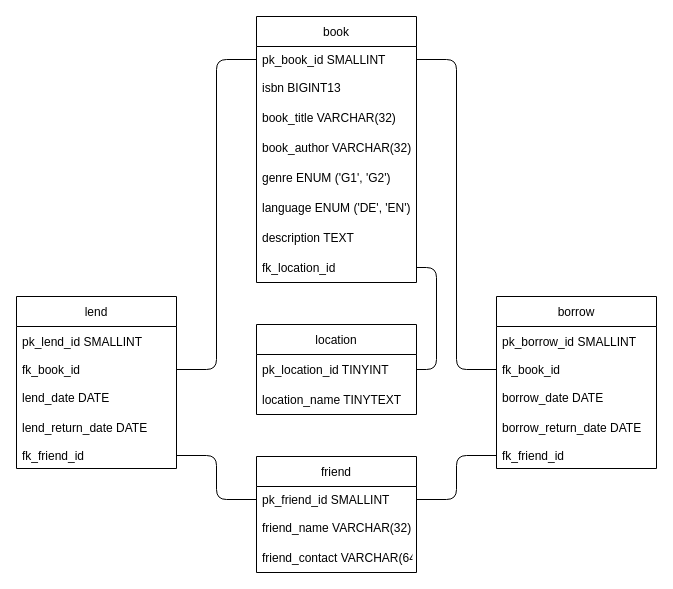
The draw.io diagram page "Seite-4" (4 of 5) of library.drawio in MarkoSchoretits/01-DBDev, before the edit. Source tidied: cells renumbered, new cells numbered last; positions are measured from the earlier drawing's top-left corner, leaving out a move shared by most shapes. Both pictures are drawn from the tidied source at 100%, with x=0, y=0 at pixel (16, 16).
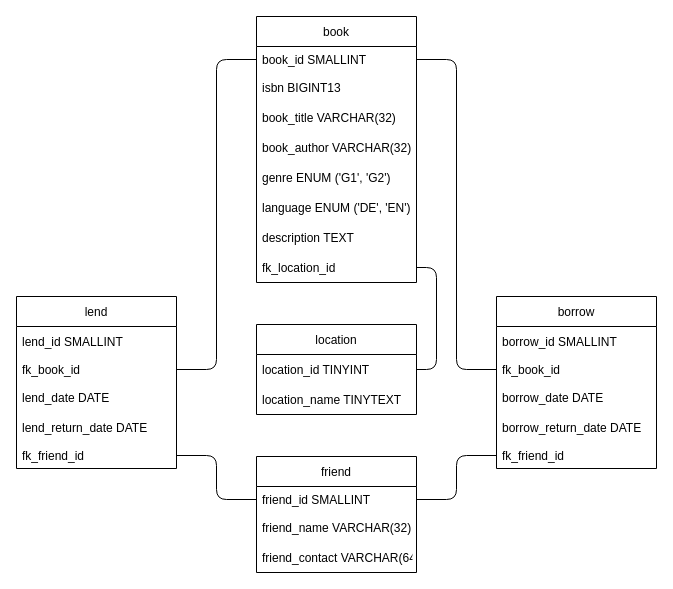
The same page after the edit.

Unchanged cells that the change refers to:
```xml
<mxCell id="2" value="book" style="swimlane;fontStyle=0;horizontal=1;startSize=30;" parent="1" vertex="1">
  <mxGeometry x="240" width="160" height="266" as="geometry" />
</mxCell>
<mxCell id="11" value="friend" style="swimlane;fontStyle=0;horizontal=1;startSize=30;" parent="1" vertex="1">
  <mxGeometry x="240" y="440" width="160" height="116" as="geometry" />
</mxCell>
<mxCell id="15" value="lend" style="swimlane;fontStyle=0;horizontal=1;startSize=30;" parent="1" vertex="1">
  <mxGeometry y="280" width="160" height="172" as="geometry" />
</mxCell>
<mxCell id="21" value="borrow" style="swimlane;fontStyle=0;horizontal=1;startSize=30;" parent="1" vertex="1">
  <mxGeometry x="480" y="280" width="160" height="172" as="geometry" />
</mxCell>
<mxCell id="27" value="location" style="swimlane;fontStyle=0;horizontal=1;startSize=30;" parent="1" vertex="1">
  <mxGeometry x="240" y="308" width="160" height="90" as="geometry" />
</mxCell>
```

Diff of the diagram source:
```diff
@@
-    <mxCell id="3" value="pk_book_id SMALLINT" style="text;strokeColor=none;fillColor=none;align=left;verticalAlign=top;spacingLeft=4;spacingRight=4;overflow=hidden;points=[[0,0.5],[1,0.5]];portConstraint=eastwest;" parent="2" vertex="1">
+    <mxCell id="3" value="book_id SMALLINT" style="text;strokeColor=none;fillColor=none;align=left;verticalAlign=top;spacingLeft=4;spacingRight=4;overflow=hidden;points=[[0,0.5],[1,0.5]];portConstraint=eastwest;" parent="2" vertex="1">
       <mxGeometry y="30" width="160" height="26" as="geometry" />
     </mxCell>
@@
-    <mxCell id="12" value="pk_friend_id SMALLINT" style="text;strokeColor=none;fillColor=none;align=left;verticalAlign=top;spacingLeft=4;spacingRight=4;overflow=hidden;points=[[0,0.5],[1,0.5]];portConstraint=eastwest;" parent="11" vertex="1">
+    <mxCell id="12" value="friend_id SMALLINT" style="text;strokeColor=none;fillColor=none;align=left;verticalAlign=top;spacingLeft=4;spacingRight=4;overflow=hidden;points=[[0,0.5],[1,0.5]];portConstraint=eastwest;" parent="11" vertex="1">
       <mxGeometry y="30" width="160" height="26" as="geometry" />
     </mxCell>
@@
-    <mxCell id="16" value="pk_lend_id SMALLINT" style="text;strokeColor=none;fillColor=none;align=left;verticalAlign=middle;spacingLeft=4;spacingRight=4;overflow=hidden;" parent="15" vertex="1">
+    <mxCell id="16" value="lend_id SMALLINT" style="text;strokeColor=none;fillColor=none;align=left;verticalAlign=middle;spacingLeft=4;spacingRight=4;overflow=hidden;" parent="15" vertex="1">
       <mxGeometry y="30" width="160" height="30" as="geometry" />
     </mxCell>
@@
-    <mxCell id="22" value="pk_borrow_id SMALLINT" style="text;strokeColor=none;fillColor=none;align=left;verticalAlign=middle;spacingLeft=4;spacingRight=4;overflow=hidden;" parent="21" vertex="1">
+    <mxCell id="22" value="borrow_id SMALLINT" style="text;strokeColor=none;fillColor=none;align=left;verticalAlign=middle;spacingLeft=4;spacingRight=4;overflow=hidden;" parent="21" vertex="1">
       <mxGeometry y="30" width="160" height="30" as="geometry" />
     </mxCell>
@@
-    <mxCell id="28" value="pk_location_id TINYINT " style="text;strokeColor=none;fillColor=none;align=left;verticalAlign=middle;spacingLeft=4;spacingRight=4;overflow=hidden;points=[[0,0.5],[1,0.5]];portConstraint=eastwest;" parent="27" vertex="1">
+    <mxCell id="28" value="location_id TINYINT " style="text;strokeColor=none;fillColor=none;align=left;verticalAlign=middle;spacingLeft=4;spacingRight=4;overflow=hidden;points=[[0,0.5],[1,0.5]];portConstraint=eastwest;" parent="27" vertex="1">
       <mxGeometry y="30" width="160" height="30" as="geometry" />
     </mxCell>
```
